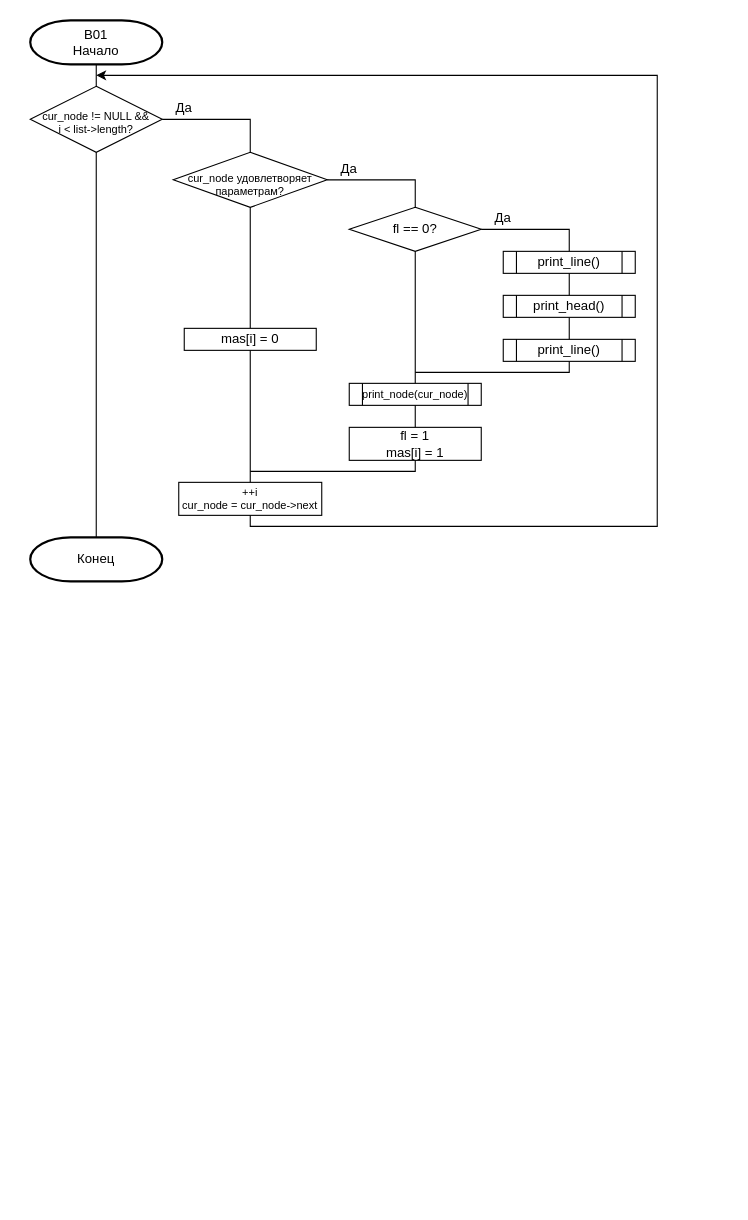
Before: page "find(В01)+my_swap+get_mas(2)" (7 of 11) of images/Схема алгоритма.drawio in DexTver/course_work_sql, a draw.io diagram. Source tidied: cells renumbered, new cells numbered last; positions are measured from the earlier drawing's top-left corner, leaving out a move shared by most shapes. Both pictures are drawn from the tidied source at 110%, with x=0, y=0 at pixel (30, 20).
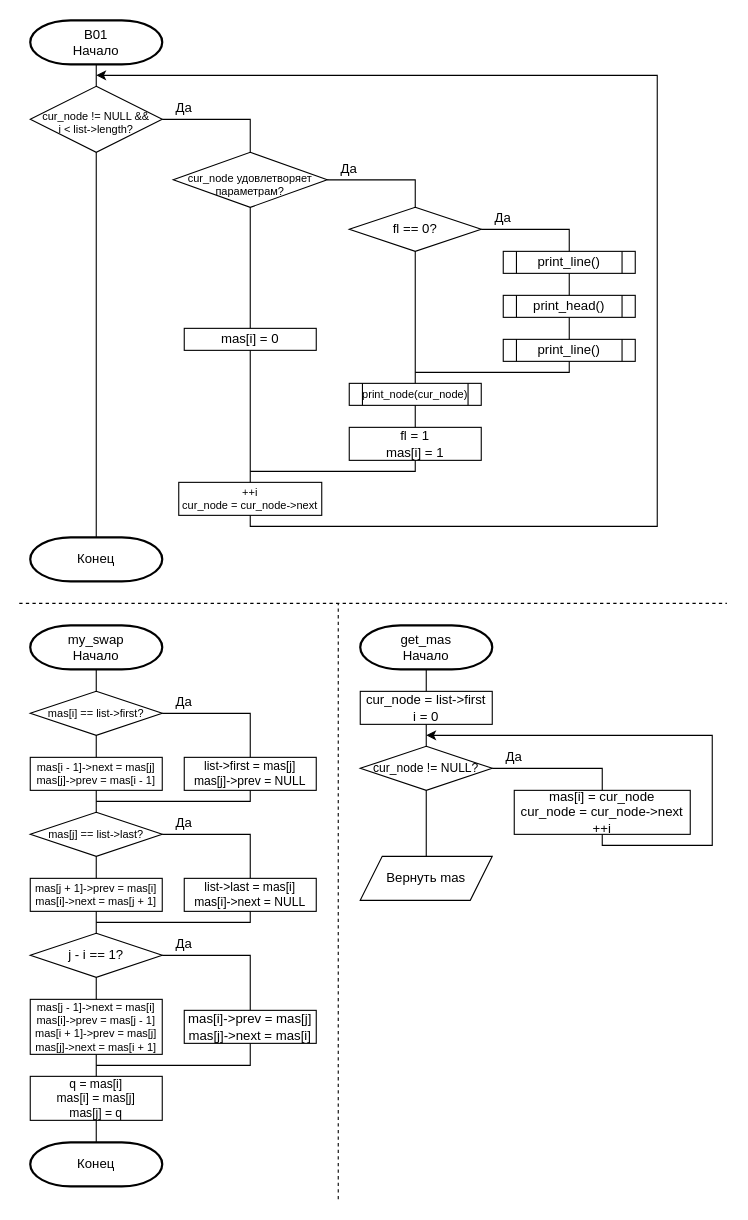
After the change.

Change to the diagram source:
```diff
@@
+    <mxCell id="31" value="&lt;div&gt;my_swap&lt;/div&gt;Начало" style="strokeWidth=2;html=1;shape=mxgraph.flowchart.terminator;whiteSpace=wrap;" parent="1" vertex="1">
+      <mxGeometry y="550" width="120" height="40" as="geometry" />
+    </mxCell>
+    <mxCell id="32" value="mas[i] == list-&amp;gt;first?" style="strokeWidth=1;html=1;shape=mxgraph.flowchart.decision;whiteSpace=wrap;fontSize=10;" parent="1" vertex="1">
+      <mxGeometry y="610" width="120" height="40" as="geometry" />
+    </mxCell>
+    <mxCell id="33" value="mas[i - 1]-&amp;gt;next = mas[j]&lt;div style=&quot;font-size: 10px;&quot;&gt;mas[j]-&amp;gt;prev = mas[i - 1]&lt;br style=&quot;font-size: 10px;&quot;&gt;&lt;/div&gt;" style="rounded=0;whiteSpace=wrap;html=1;fontSize=10;" parent="1" vertex="1">
+      <mxGeometry y="670" width="120" height="30" as="geometry" />
+    </mxCell>
+    <mxCell id="34" value="list-&amp;gt;first = mas[j]&lt;div style=&quot;font-size: 11px;&quot;&gt;mas[j]-&amp;gt;prev = NULL&lt;br style=&quot;font-size: 11px;&quot;&gt;&lt;/div&gt;" style="rounded=0;whiteSpace=wrap;html=1;fontSize=11;" parent="1" vertex="1">
+      <mxGeometry x="140" y="670" width="120" height="30" as="geometry" />
+    </mxCell>
+    <mxCell id="35" value="mas[j] == list-&amp;gt;last?" style="strokeWidth=1;html=1;shape=mxgraph.flowchart.decision;whiteSpace=wrap;fontSize=10;" parent="1" vertex="1">
+      <mxGeometry y="720" width="120" height="40" as="geometry" />
+    </mxCell>
+    <mxCell id="36" value="mas[j + 1]-&amp;gt;prev = mas[i]&lt;div style=&quot;font-size: 10px;&quot;&gt;mas[i]-&amp;gt;next = mas[j + 1]&lt;br style=&quot;font-size: 10px;&quot;&gt;&lt;/div&gt;" style="rounded=0;whiteSpace=wrap;html=1;fontSize=10;" parent="1" vertex="1">
+      <mxGeometry y="780" width="120" height="30" as="geometry" />
+    </mxCell>
+    <mxCell id="37" value="list-&amp;gt;last = mas[i]&lt;div style=&quot;font-size: 11px;&quot;&gt;mas[i]-&amp;gt;next = NULL&lt;br style=&quot;font-size: 11px;&quot;&gt;&lt;/div&gt;" style="rounded=0;whiteSpace=wrap;html=1;fontSize=11;" parent="1" vertex="1">
+      <mxGeometry x="140" y="780" width="120" height="30" as="geometry" />
+    </mxCell>
+    <mxCell id="38" value="j - i == 1?" style="strokeWidth=1;html=1;shape=mxgraph.flowchart.decision;whiteSpace=wrap;" parent="1" vertex="1">
+      <mxGeometry y="830" width="120" height="40" as="geometry" />
+    </mxCell>
+    <mxCell id="39" value="mas[j - 1]-&amp;gt;next = mas[i]&lt;div style=&quot;font-size: 10px;&quot;&gt;mas[i]-&amp;gt;prev = mas[j - 1]&lt;br style=&quot;font-size: 10px;&quot;&gt;&lt;/div&gt;&lt;div style=&quot;&quot;&gt;mas[i + 1]-&amp;gt;prev = mas[j]&lt;br&gt;&lt;/div&gt;&lt;div style=&quot;&quot;&gt;mas[j]-&amp;gt;next = mas[i + 1]&lt;br&gt;&lt;/div&gt;" style="rounded=0;whiteSpace=wrap;html=1;fontSize=10;" parent="1" vertex="1">
+      <mxGeometry y="890" width="120" height="50" as="geometry" />
+    </mxCell>
+    <mxCell id="40" value="mas[i]-&amp;gt;prev = mas[j]&lt;div&gt;mas[j]-&amp;gt;next = mas[i]&lt;br&gt;&lt;/div&gt;" style="rounded=0;whiteSpace=wrap;html=1;" parent="1" vertex="1">
+      <mxGeometry x="140" y="900" width="120" height="30" as="geometry" />
+    </mxCell>
+    <mxCell id="41" value="q = mas[i]&lt;div style=&quot;font-size: 11px;&quot;&gt;mas[i] = mas[j]&lt;br style=&quot;font-size: 11px;&quot;&gt;&lt;/div&gt;&lt;div style=&quot;font-size: 11px;&quot;&gt;mas[j] = q&lt;br style=&quot;font-size: 11px;&quot;&gt;&lt;/div&gt;" style="rounded=0;whiteSpace=wrap;html=1;fontSize=11;" parent="1" vertex="1">
+      <mxGeometry y="960" width="120" height="40" as="geometry" />
+    </mxCell>
+    <mxCell id="42" value="Конец" style="strokeWidth=2;html=1;shape=mxgraph.flowchart.terminator;whiteSpace=wrap;" parent="1" vertex="1">
+      <mxGeometry y="1020" width="120" height="40" as="geometry" />
+    </mxCell>
+    <mxCell id="43" style="endArrow=none;html=1;rounded=0;entryX=0.5;entryY=1;entryDx=0;entryDy=0;entryPerimeter=0;exitX=0.5;exitY=0;exitDx=0;exitDy=0;exitPerimeter=0;" parent="1" edge="1" source="32" target="31">
+      <mxGeometry relative="1" as="geometry" />
+    </mxCell>
+    <mxCell id="44" style="endArrow=none;html=1;rounded=0;entryX=0.5;entryY=1;entryDx=0;entryDy=0;entryPerimeter=0;exitX=0.5;exitY=0;exitDx=0;exitDy=0;" parent="1" edge="1" source="33" target="32">
+      <mxGeometry relative="1" as="geometry" />
+    </mxCell>
+    <mxCell id="45" style="endArrow=none;html=1;rounded=0;entryX=1;entryY=0.5;entryDx=0;entryDy=0;entryPerimeter=0;exitX=0.5;exitY=0;exitDx=0;exitDy=0;" parent="1" edge="1" source="34" target="32">
+      <mxGeometry relative="1" as="geometry">
+        <Array as="points">
+          <mxPoint x="200" y="630" />
+        </Array>
+      </mxGeometry>
+    </mxCell>
+    <mxCell id="46" style="endArrow=none;html=1;rounded=0;entryX=0.5;entryY=1;entryDx=0;entryDy=0;exitX=0.5;exitY=0;exitDx=0;exitDy=0;exitPerimeter=0;" parent="1" edge="1" source="35" target="33">
+      <mxGeometry relative="1" as="geometry" />
+    </mxCell>
+    <mxCell id="47" style="endArrow=none;html=1;rounded=0;entryX=1;entryY=0.5;entryDx=0;entryDy=0;entryPerimeter=0;exitX=0.5;exitY=0;exitDx=0;exitDy=0;" parent="1" edge="1" source="37" target="35">
+      <mxGeometry relative="1" as="geometry">
+        <Array as="points">
+          <mxPoint x="200" y="740" />
+        </Array>
+      </mxGeometry>
+    </mxCell>
+    <mxCell id="48" style="endArrow=none;html=1;rounded=0;entryX=0.5;entryY=1;entryDx=0;entryDy=0;entryPerimeter=0;exitX=0.5;exitY=0;exitDx=0;exitDy=0;" parent="1" edge="1" source="36" target="35">
+      <mxGeometry relative="1" as="geometry" />
+    </mxCell>
+    <mxCell id="49" style="endArrow=none;html=1;rounded=0;entryX=0.5;entryY=1;entryDx=0;entryDy=0;exitX=0.5;exitY=0;exitDx=0;exitDy=0;exitPerimeter=0;" parent="1" edge="1" source="38" target="36">
+      <mxGeometry relative="1" as="geometry" />
+    </mxCell>
+    <mxCell id="50" style="endArrow=none;html=1;rounded=0;entryX=0.5;entryY=1;entryDx=0;entryDy=0;" parent="1" edge="1" target="34">
+      <mxGeometry relative="1" as="geometry">
+        <mxPoint x="60" y="710" as="sourcePoint" />
+        <Array as="points">
+          <mxPoint x="200" y="710" />
+        </Array>
+      </mxGeometry>
+    </mxCell>
+    <mxCell id="51" style="endArrow=none;html=1;rounded=0;entryX=0.5;entryY=1;entryDx=0;entryDy=0;" parent="1" edge="1" target="37">
+      <mxGeometry relative="1" as="geometry">
+        <mxPoint x="60" y="820" as="sourcePoint" />
+        <Array as="points">
+          <mxPoint x="200" y="820" />
+        </Array>
+      </mxGeometry>
+    </mxCell>
+    <mxCell id="52" style="endArrow=none;html=1;rounded=0;entryX=0.5;entryY=1;entryDx=0;entryDy=0;entryPerimeter=0;exitX=0.5;exitY=0;exitDx=0;exitDy=0;" parent="1" edge="1" source="39" target="38">
+      <mxGeometry relative="1" as="geometry" />
+    </mxCell>
+    <mxCell id="53" style="endArrow=none;html=1;rounded=0;entryX=1;entryY=0.5;entryDx=0;entryDy=0;entryPerimeter=0;exitX=0.5;exitY=0;exitDx=0;exitDy=0;" parent="1" edge="1" source="40" target="38">
+      <mxGeometry relative="1" as="geometry">
+        <Array as="points">
+          <mxPoint x="200" y="850" />
+        </Array>
+      </mxGeometry>
+    </mxCell>
+    <mxCell id="54" style="endArrow=none;html=1;rounded=0;entryX=0.5;entryY=1;entryDx=0;entryDy=0;exitX=0.5;exitY=0;exitDx=0;exitDy=0;" parent="1" edge="1" source="41" target="39">
+      <mxGeometry relative="1" as="geometry" />
+    </mxCell>
+    <mxCell id="55" style="endArrow=none;html=1;rounded=0;entryX=0.5;entryY=1;entryDx=0;entryDy=0;exitX=0.5;exitY=0;exitDx=0;exitDy=0;exitPerimeter=0;" parent="1" edge="1" source="42" target="41">
+      <mxGeometry relative="1" as="geometry" />
+    </mxCell>
+    <mxCell id="56" style="endArrow=none;html=1;rounded=0;entryX=0.5;entryY=1;entryDx=0;entryDy=0;" parent="1" edge="1" target="40">
+      <mxGeometry relative="1" as="geometry">
+        <mxPoint x="60" y="950" as="sourcePoint" />
+        <Array as="points">
+          <mxPoint x="200" y="950" />
+        </Array>
+      </mxGeometry>
+    </mxCell>
+    <mxCell id="57" value="Да" style="text;html=1;strokeColor=none;fillColor=none;align=center;verticalAlign=middle;whiteSpace=wrap;rounded=0;" parent="1" vertex="1">
+      <mxGeometry x="110" y="605" width="60" height="30" as="geometry" />
+    </mxCell>
+    <mxCell id="58" value="Да" style="text;html=1;strokeColor=none;fillColor=none;align=center;verticalAlign=middle;whiteSpace=wrap;rounded=0;" parent="1" vertex="1">
+      <mxGeometry x="110" y="715" width="60" height="30" as="geometry" />
+    </mxCell>
+    <mxCell id="59" value="Да" style="text;html=1;strokeColor=none;fillColor=none;align=center;verticalAlign=middle;whiteSpace=wrap;rounded=0;" parent="1" vertex="1">
+      <mxGeometry x="110" y="825" width="60" height="30" as="geometry" />
+    </mxCell>
+    <mxCell id="60" value="&lt;div&gt;get_mas&lt;/div&gt;Начало" style="strokeWidth=2;html=1;shape=mxgraph.flowchart.terminator;whiteSpace=wrap;" parent="1" vertex="1">
+      <mxGeometry x="300" y="550" width="120" height="40" as="geometry" />
+    </mxCell>
+    <mxCell id="61" value="cur_node = list-&amp;gt;first&lt;div&gt;i = 0&lt;/div&gt;" style="rounded=0;whiteSpace=wrap;html=1;" parent="1" vertex="1">
+      <mxGeometry x="300" y="610" width="120" height="30" as="geometry" />
+    </mxCell>
+    <mxCell id="62" value="cur_node != NULL?" style="strokeWidth=1;html=1;shape=mxgraph.flowchart.decision;whiteSpace=wrap;fontSize=11;" parent="1" vertex="1">
+      <mxGeometry x="300" y="660" width="120" height="40" as="geometry" />
+    </mxCell>
+    <mxCell id="63" value="mas[i] = cur_node&lt;div style=&quot;font-size: 12px;&quot;&gt;cur_node = cur_node-&amp;gt;next&lt;br style=&quot;font-size: 12px;&quot;&gt;&lt;/div&gt;&lt;div style=&quot;font-size: 12px;&quot;&gt;++i&lt;br style=&quot;font-size: 12px;&quot;&gt;&lt;/div&gt;" style="rounded=0;whiteSpace=wrap;html=1;fontSize=12;" parent="1" vertex="1">
+      <mxGeometry x="440" y="700" width="160" height="40" as="geometry" />
+    </mxCell>
+    <mxCell id="64" value="Вернуть mas" style="shape=parallelogram;perimeter=parallelogramPerimeter;whiteSpace=wrap;html=1;fixedSize=1;" parent="1" vertex="1">
+      <mxGeometry x="300" y="760" width="120" height="40" as="geometry" />
+    </mxCell>
+    <mxCell id="65" style="endArrow=none;html=1;rounded=0;entryX=0.5;entryY=1;entryDx=0;entryDy=0;entryPerimeter=0;exitX=0.5;exitY=0;exitDx=0;exitDy=0;" parent="1" edge="1" source="61" target="60">
+      <mxGeometry relative="1" as="geometry" />
+    </mxCell>
+    <mxCell id="66" style="endArrow=none;html=1;rounded=0;entryX=0.5;entryY=1;entryDx=0;entryDy=0;exitX=0.5;exitY=0;exitDx=0;exitDy=0;exitPerimeter=0;" parent="1" edge="1" source="62" target="61">
+      <mxGeometry relative="1" as="geometry" />
+    </mxCell>
+    <mxCell id="67" style="endArrow=none;html=1;rounded=0;entryX=1;entryY=0.5;entryDx=0;entryDy=0;entryPerimeter=0;exitX=0.5;exitY=0;exitDx=0;exitDy=0;" parent="1" edge="1" source="63" target="62">
+      <mxGeometry relative="1" as="geometry">
+        <Array as="points">
+          <mxPoint x="520" y="680" />
+        </Array>
+      </mxGeometry>
+    </mxCell>
+    <mxCell id="68" style="endArrow=none;html=1;rounded=0;exitX=0.5;exitY=1;exitDx=0;exitDy=0;exitPerimeter=0;entryX=0.5;entryY=0;entryDx=0;entryDy=0;" parent="1" edge="1" source="62" target="64">
+      <mxGeometry relative="1" as="geometry" />
+    </mxCell>
+    <mxCell id="69" style="endArrow=none;html=1;rounded=0;entryX=0.5;entryY=1;entryDx=0;entryDy=0;endFill=0;startArrow=classic;startFill=1;" parent="1" edge="1" target="63">
+      <mxGeometry relative="1" as="geometry">
+        <mxPoint x="360" y="650" as="sourcePoint" />
+        <Array as="points">
+          <mxPoint x="620" y="650" />
+          <mxPoint x="620" y="750" />
+          <mxPoint x="520" y="750" />
+        </Array>
+      </mxGeometry>
+    </mxCell>
+    <mxCell id="70" value="Да" style="text;html=1;strokeColor=none;fillColor=none;align=center;verticalAlign=middle;whiteSpace=wrap;rounded=0;" parent="1" vertex="1">
+      <mxGeometry x="410" y="655" width="60" height="30" as="geometry" />
+    </mxCell>
+    <mxCell id="71" style="endArrow=none;dashed=1;html=1;rounded=0;" parent="1" edge="1">
+      <mxGeometry relative="1" as="geometry">
+        <mxPoint x="-10" y="530" as="sourcePoint" />
+        <mxPoint x="633.3" y="530" as="targetPoint" />
+      </mxGeometry>
+    </mxCell>
+    <mxCell id="72" style="endArrow=none;dashed=1;html=1;rounded=0;" parent="1" edge="1">
+      <mxGeometry relative="1" as="geometry">
+        <mxPoint x="280" y="1071.7" as="sourcePoint" />
+        <mxPoint x="280" y="530" as="targetPoint" />
+      </mxGeometry>
+    </mxCell>
```
